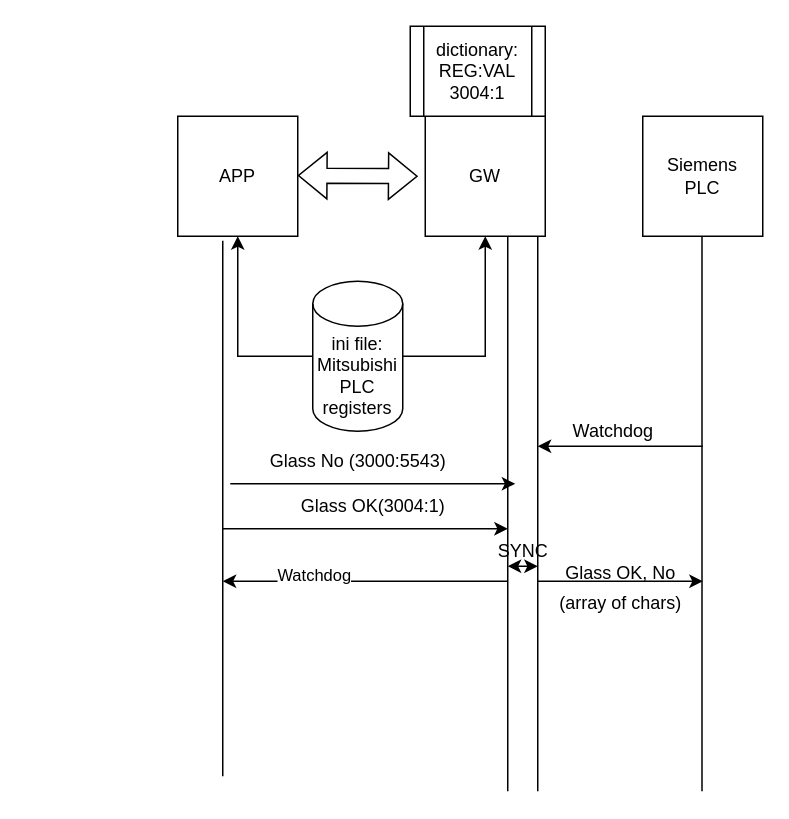
Earlier version of the draw.io diagram page "architecture" (4 of 4) of GW Inspection.drawio (megavad/Diagrams). Source tidied: cells renumbered, new cells numbered last; positions are measured from the earlier drawing's top-left corner, leaving out a move shared by most shapes. Both pictures are drawn from the tidied source at 150%, with x=0, y=0 at pixel (177, 26).
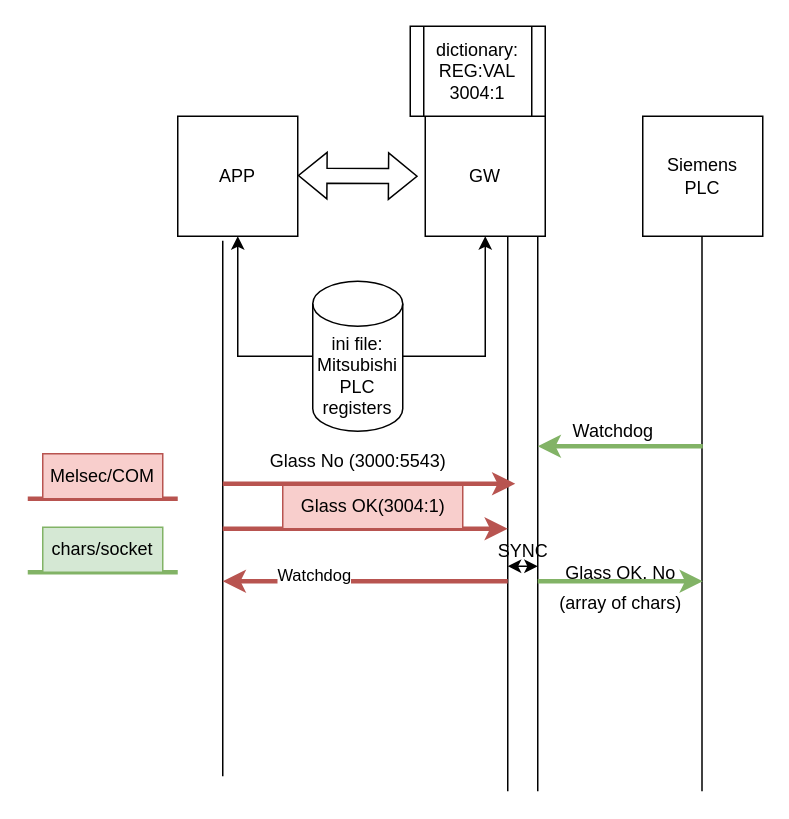
After the change.

Change to the diagram source:
```diff
@@
-    <mxCell id="12" style="endArrow=classic;html=1;rounded=0;strokeColor=#000000;strokeWidth=1;" parent="1" edge="1">
+    <mxCell id="12" style="endArrow=classic;html=1;rounded=0;strokeColor=#b85450;strokeWidth=3;fillColor=#f8cecc;" parent="1" edge="1">
       <mxGeometry relative="1" as="geometry">
         <mxPoint x="30" y="335" as="sourcePoint" />
         <mxPoint x="220" y="335" as="targetPoint" />
       </mxGeometry>
     </mxCell>
-    <mxCell id="13" value="Glass OK(3004:1)" style="text;html=1;align=center;verticalAlign=middle;strokeColor=none;fillColor=none;" parent="1" vertex="1">
+    <mxCell id="13" value="Glass OK(3004:1)" style="text;html=1;align=center;verticalAlign=middle;strokeColor=#b85450;fillColor=#f8cecc;" parent="1" vertex="1">
       <mxGeometry x="70" y="305" width="120" height="30" as="geometry" />
     </mxCell>
@@
-    <mxCell id="16" style="endArrow=classic;html=1;rounded=0;strokeColor=#000000;strokeWidth=1;" parent="1" edge="1">
+    <mxCell id="16" style="endArrow=classic;html=1;rounded=0;strokeColor=#82b366;strokeWidth=3;fillColor=#d5e8d4;" parent="1" edge="1">
       <mxGeometry relative="1" as="geometry">
         <mxPoint x="350" y="280" as="sourcePoint" />
         <mxPoint x="240" y="280" as="targetPoint" />
       </mxGeometry>
     </mxCell>
@@
-    <mxCell id="18" style="endArrow=classic;html=1;rounded=0;strokeColor=#000000;strokeWidth=1;" parent="1" edge="1">
+    <mxCell id="18" style="endArrow=classic;html=1;rounded=0;strokeColor=#b85450;strokeWidth=3;fillColor=#f8cecc;" parent="1" edge="1">
       <mxGeometry relative="1" as="geometry">
         <mxPoint x="220" y="370" as="sourcePoint" />
         <mxPoint x="30" y="370" as="targetPoint" />
       </mxGeometry>
     </mxCell>
@@
-    <mxCell id="22" style="endArrow=classic;html=1;rounded=0;strokeColor=#000000;strokeWidth=1;" parent="1" edge="1">
+    <mxCell id="22" style="endArrow=classic;html=1;rounded=0;strokeColor=#b85450;strokeWidth=3;fillColor=#f8cecc;" parent="1" edge="1">
       <mxGeometry relative="1" as="geometry">
-        <mxPoint x="35" y="305" as="sourcePoint" />
+        <mxPoint x="30" y="305" as="sourcePoint" />
         <mxPoint x="225" y="305" as="targetPoint" />
       </mxGeometry>
     </mxCell>
-    <mxCell id="23" style="endArrow=classic;html=1;rounded=0;strokeColor=#000000;strokeWidth=1;" parent="1" edge="1">
+    <mxCell id="23" style="endArrow=classic;html=1;rounded=0;strokeColor=#82b366;strokeWidth=3;fillColor=#d5e8d4;" parent="1" edge="1">
       <mxGeometry relative="1" as="geometry">
         <mxPoint x="240" y="370" as="sourcePoint" />
         <mxPoint x="350" y="370" as="targetPoint" />
         <Array as="points">
           <mxPoint x="280" y="370" />
         </Array>
       </mxGeometry>
     </mxCell>
@@
+    <mxCell id="27" style="endArrow=none;html=1;rounded=0;strokeColor=#b85450;strokeWidth=3;fillColor=#f8cecc;" parent="1" edge="1">
+      <mxGeometry relative="1" as="geometry">
+        <mxPoint x="-100" y="315" as="sourcePoint" />
+        <mxPoint y="315" as="targetPoint" />
+      </mxGeometry>
+    </mxCell>
+    <mxCell id="28" value="Melsec/COM" style="text;html=1;strokeColor=#b85450;fillColor=#f8cecc;align=center;verticalAlign=middle;whiteSpace=wrap;rounded=0;" parent="1" vertex="1">
+      <mxGeometry x="-90" y="285" width="80" height="30" as="geometry" />
+    </mxCell>
+    <mxCell id="29" style="endArrow=none;html=1;rounded=0;strokeColor=#82b366;strokeWidth=3;fillColor=#d5e8d4;" parent="1" edge="1">
+      <mxGeometry relative="1" as="geometry">
+        <mxPoint x="-100" y="364" as="sourcePoint" />
+        <mxPoint y="364" as="targetPoint" />
+      </mxGeometry>
+    </mxCell>
+    <mxCell id="30" value="chars/socket" style="text;html=1;strokeColor=#82b366;fillColor=#d5e8d4;align=center;verticalAlign=middle;whiteSpace=wrap;rounded=0;" parent="1" vertex="1">
+      <mxGeometry x="-90" y="334" width="80" height="30" as="geometry" />
+    </mxCell>
```
